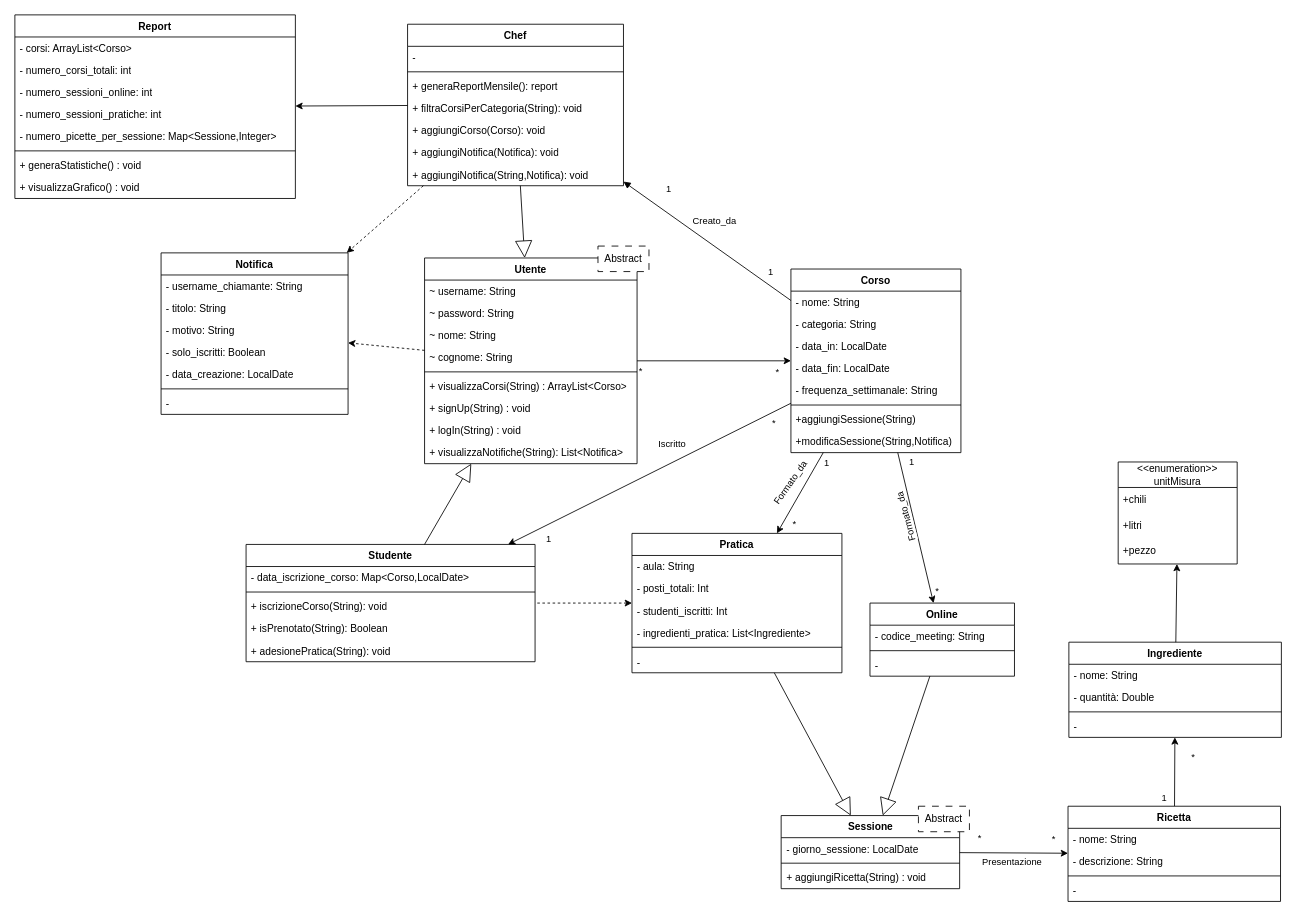
This is page "Model" (2 of 2) of obj/uml/UML1.drawio from MetisWastaken/UninaFoodLab, a draw.io file, before an edit. Source tidied: cells renumbered, new cells numbered last; positions are measured from the earlier drawing's top-left corner, leaving out a move shared by most shapes. Both pictures are drawn from the tidied source at 85%, with x=0, y=0 at pixel (14, 14).
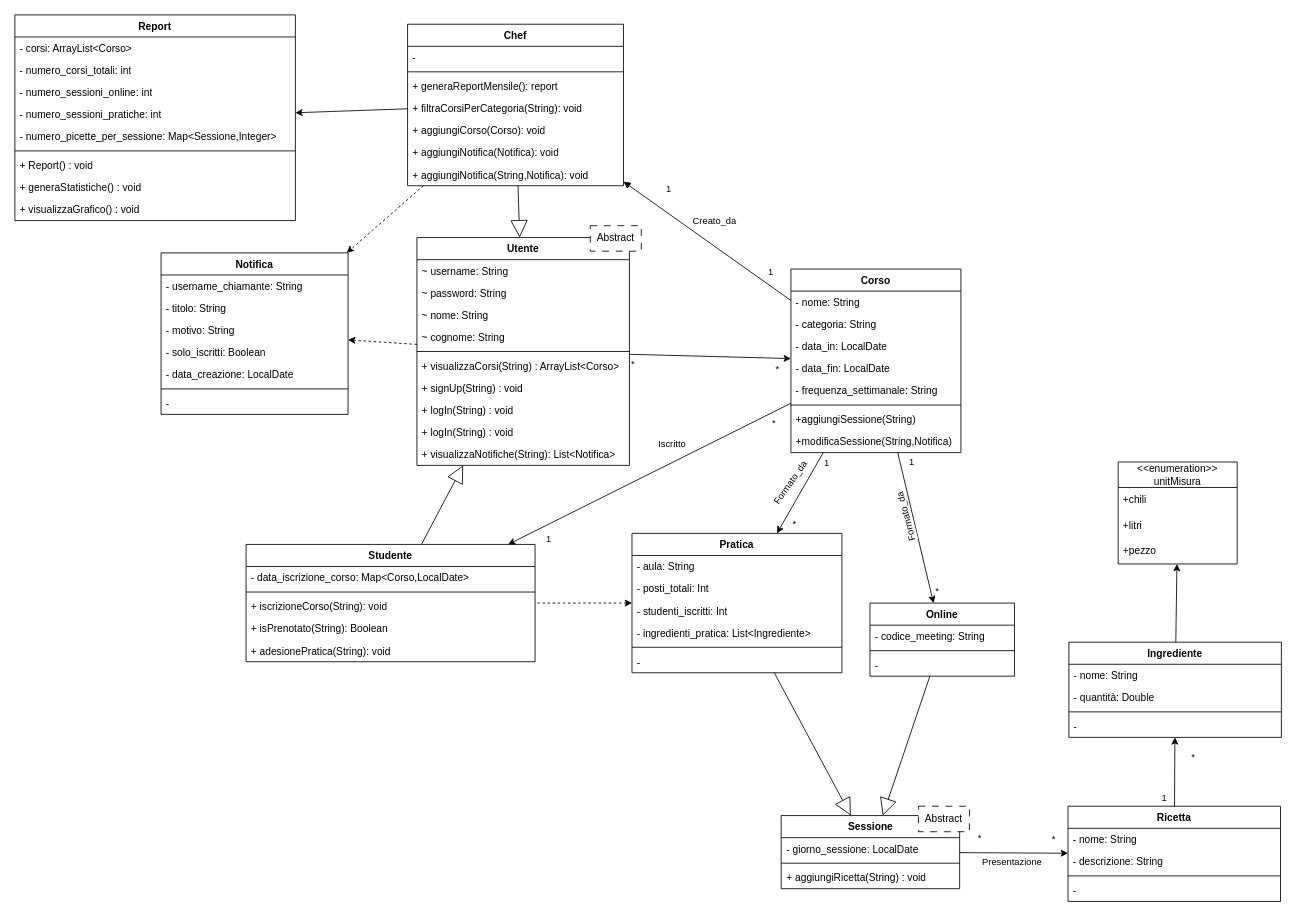
The same page after the edit.

Diff of the diagram source:
```diff
@@
     <mxCell id="26" value="Utente" style="swimlane;align=center;verticalAlign=top;horizontal=1;startSize=26;whiteSpace=wrap;html=1;" parent="1" vertex="1">
-      <mxGeometry x="482" y="286" width="250" height="242" as="geometry" />
+      <mxGeometry x="473" y="262" width="250" height="268" as="geometry" />
     </mxCell>
@@
+    <mxCell id="118" value="+ logIn(String) : void" style="text;strokeColor=none;fillColor=none;align=left;verticalAlign=top;spacingLeft=4;spacingRight=4;overflow=hidden;whiteSpace=wrap;html=1;" parent="26" vertex="1">
+      <mxGeometry y="216" width="250" height="26" as="geometry" />
+    </mxCell>
     <mxCell id="35" value="+ visualizzaNotifiche(String): List&amp;lt;Notifica&amp;gt;" style="text;strokeColor=none;fillColor=none;align=left;verticalAlign=top;spacingLeft=4;spacingRight=4;overflow=hidden;whiteSpace=wrap;html=1;" parent="26" vertex="1">
-      <mxGeometry y="216" width="250" height="26" as="geometry" />
+      <mxGeometry y="242" width="250" height="26" as="geometry" />
     </mxCell>
@@
     <mxCell id="94" value="Abstract" style="text;html=1;align=center;verticalAlign=middle;whiteSpace=wrap;rounded=0;strokeColor=default;dashed=1;dashPattern=8 8;fillColor=default;" parent="1" vertex="1">
-      <mxGeometry x="686" y="272" width="60" height="30" as="geometry" />
+      <mxGeometry x="677" y="248" width="60" height="30" as="geometry" />
     </mxCell>
     <mxCell id="95" value="Report" style="swimlane;align=center;verticalAlign=top;horizontal=1;startSize=26;whiteSpace=wrap;html=1;" parent="1" vertex="1">
-      <mxGeometry width="330" height="216" as="geometry" />
+      <mxGeometry width="330" height="242" as="geometry" />
     </mxCell>
@@
-    <mxCell id="102" value="+ generaStatistiche() : void" style="text;strokeColor=none;fillColor=none;align=left;verticalAlign=top;spacingLeft=4;spacingRight=4;overflow=hidden;whiteSpace=wrap;html=1;" parent="95" vertex="1">
+    <mxCell id="102" value="+ Report() : void" style="text;strokeColor=none;fillColor=none;align=left;verticalAlign=top;spacingLeft=4;spacingRight=4;overflow=hidden;whiteSpace=wrap;html=1;" parent="95" vertex="1">
       <mxGeometry y="164" width="330" height="26" as="geometry" />
     </mxCell>
+    <mxCell id="119" value="+ generaStatistiche() : void" style="text;strokeColor=none;fillColor=none;align=left;verticalAlign=top;spacingLeft=4;spacingRight=4;overflow=hidden;whiteSpace=wrap;html=1;" parent="95" vertex="1">
+      <mxGeometry y="190" width="330" height="26" as="geometry" />
+    </mxCell>
     <mxCell id="103" value="+ visualizzaGrafico() : void" style="text;strokeColor=none;fillColor=none;align=left;verticalAlign=top;spacingLeft=4;spacingRight=4;overflow=hidden;whiteSpace=wrap;html=1;" parent="95" vertex="1">
-      <mxGeometry y="190" width="330" height="26" as="geometry" />
+      <mxGeometry y="216" width="330" height="26" as="geometry" />
     </mxCell>
```
